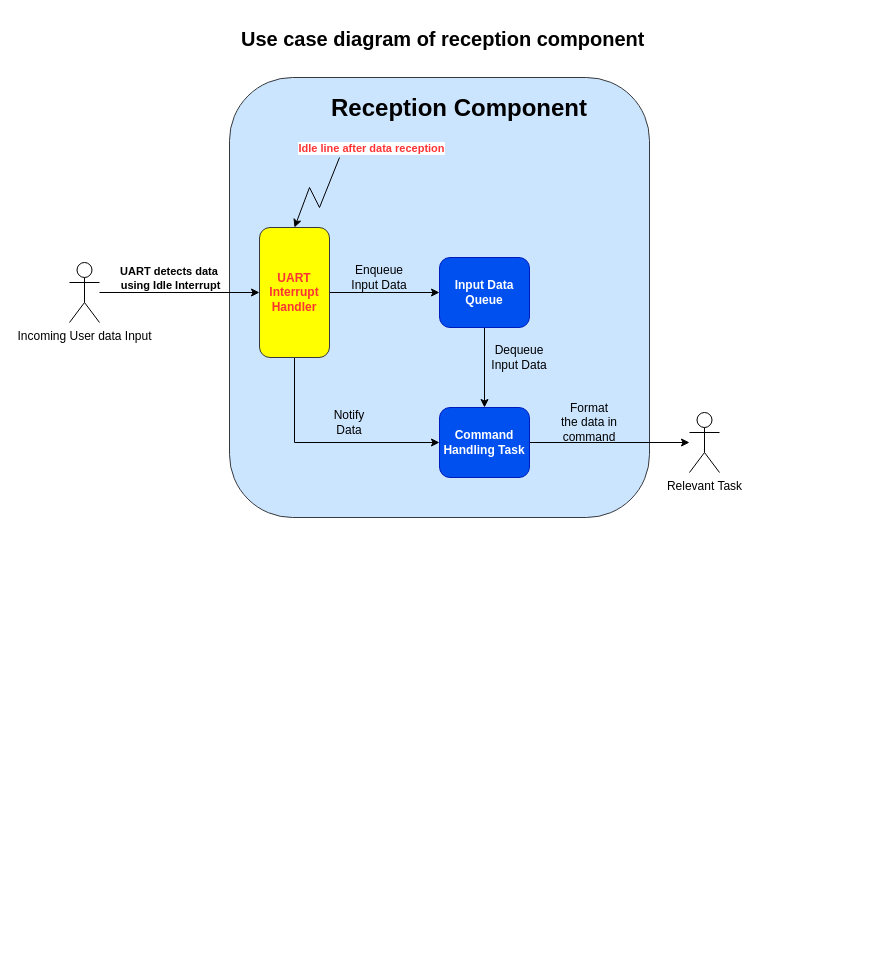
Earlier version of the draw.io diagram resource/Exercise6_AD_Static.drawio (HuynhKhuong/RTOSStudy). Source tidied: cells renumbered, new cells numbered last; positions are measured from the earlier drawing's top-left corner, leaving out a move shared by most shapes. Both pictures are drawn from the tidied source at 100%, with x=0, y=0 at pixel (69, 17).
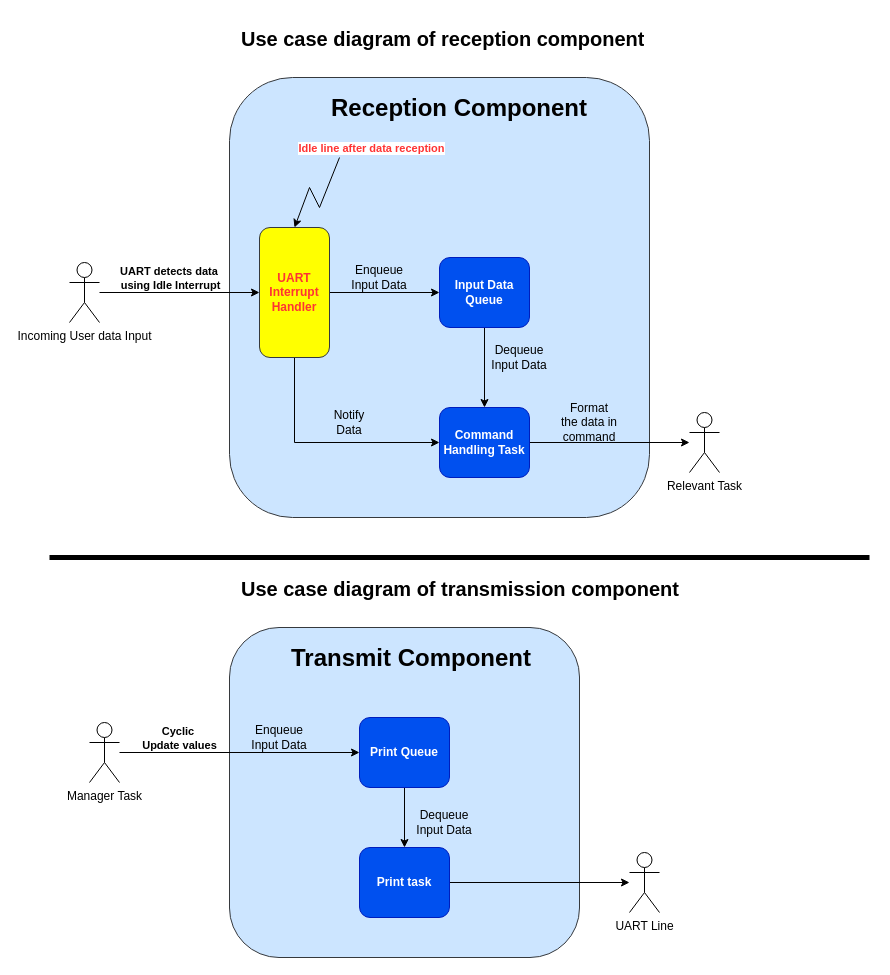
After the change.

Commit message:
Transmit Mechanism usecase diagram

Diff of the diagram source:
```diff
@@
+    <mxCell id="22" style="rounded=1;whiteSpace=wrap;html=1;fillColor=#cce5ff;strokeColor=#36393d;" parent="1" vertex="1">
+      <mxGeometry x="160" y="610" width="350" height="330" as="geometry" />
+    </mxCell>
+    <mxCell id="23" style="edgeStyle=orthogonalEdgeStyle;rounded=0;jettySize=auto;html=1;" parent="1" edge="1" source="24" target="26">
+      <mxGeometry relative="1" as="geometry" />
+    </mxCell>
+    <mxCell id="24" value="&lt;b&gt;Print Queue&lt;/b&gt;" style="rounded=1;whiteSpace=wrap;html=1;fillColor=#0050ef;strokeColor=#001DBC;fontColor=#ffffff;" parent="1" vertex="1">
+      <mxGeometry x="290" y="700" width="90" height="70" as="geometry" />
+    </mxCell>
+    <mxCell id="25" style="edgeStyle=orthogonalEdgeStyle;rounded=0;jettySize=auto;html=1;" parent="1" edge="1" source="26" target="31">
+      <mxGeometry relative="1" as="geometry" />
+    </mxCell>
+    <mxCell id="26" value="&lt;b&gt;Print task&lt;/b&gt;" style="rounded=1;whiteSpace=wrap;html=1;fillColor=#0050ef;strokeColor=#001DBC;fontColor=#ffffff;" parent="1" vertex="1">
+      <mxGeometry x="290" y="830" width="90" height="70" as="geometry" />
+    </mxCell>
+    <mxCell id="27" style="edgeStyle=orthogonalEdgeStyle;rounded=0;jettySize=auto;html=1;entryX=0;entryY=0.5;entryDx=0;entryDy=0;" parent="1" edge="1" source="29" target="24">
+      <mxGeometry relative="1" as="geometry" />
+    </mxCell>
+    <mxCell id="28" value="&lt;b&gt;Cyclic&amp;nbsp;&lt;/b&gt;&lt;div&gt;&lt;b&gt;Update values&lt;/b&gt;&lt;/div&gt;" style="edgeLabel;html=1;align=center;verticalAlign=middle;" parent="27" vertex="1">
+      <mxGeometry x="0.15" y="3" relative="1" as="geometry">
+        <mxPoint x="-79" y="-12" as="offset" />
+      </mxGeometry>
+    </mxCell>
+    <mxCell id="29" value="Manager Task" style="shape=umlActor;verticalLabelPosition=bottom;verticalAlign=top;html=1;outlineConnect=0;" parent="1" vertex="1">
+      <mxGeometry x="20" y="705" width="30" height="60" as="geometry" />
+    </mxCell>
+    <mxCell id="30" value="Enqueue Input Data" style="text;html=1;align=center;verticalAlign=middle;whiteSpace=wrap;rounded=0;" parent="1" vertex="1">
+      <mxGeometry x="180" y="705" width="60" height="30" as="geometry" />
+    </mxCell>
+    <mxCell id="31" value="UART Line" style="shape=umlActor;verticalLabelPosition=bottom;verticalAlign=top;html=1;outlineConnect=0;" parent="1" vertex="1">
+      <mxGeometry x="560" y="835" width="30" height="60" as="geometry" />
+    </mxCell>
+    <mxCell id="32" value="Dequeue Input Data" style="text;html=1;align=center;verticalAlign=middle;whiteSpace=wrap;rounded=0;" parent="1" vertex="1">
+      <mxGeometry x="345" y="790" width="60" height="30" as="geometry" />
+    </mxCell>
+    <mxCell id="33" value="&lt;h1 style=&quot;margin-top: 0px;&quot;&gt;Transmit Component&lt;/h1&gt;" style="text;html=1;whiteSpace=wrap;overflow=hidden;rounded=0;" parent="1" vertex="1">
+      <mxGeometry x="220" y="620" width="270" height="40" as="geometry" />
+    </mxCell>
+    <mxCell id="34" value="&lt;h1 style=&quot;margin-top: 0px;&quot;&gt;&lt;font style=&quot;font-size: 20px;&quot;&gt;Use case diagram of transmission component&lt;/font&gt;&lt;/h1&gt;" style="text;html=1;whiteSpace=wrap;overflow=hidden;rounded=0;" parent="1" vertex="1">
+      <mxGeometry x="170" y="550" width="480" height="60" as="geometry" />
+    </mxCell>
+    <mxCell id="35" style="endArrow=none;html=1;rounded=0;strokeWidth=5;" parent="1" edge="1">
+      <mxGeometry relative="1" as="geometry">
+        <mxPoint x="-20" y="540" as="sourcePoint" />
+        <mxPoint x="800" y="540" as="targetPoint" />
+      </mxGeometry>
+    </mxCell>
```
